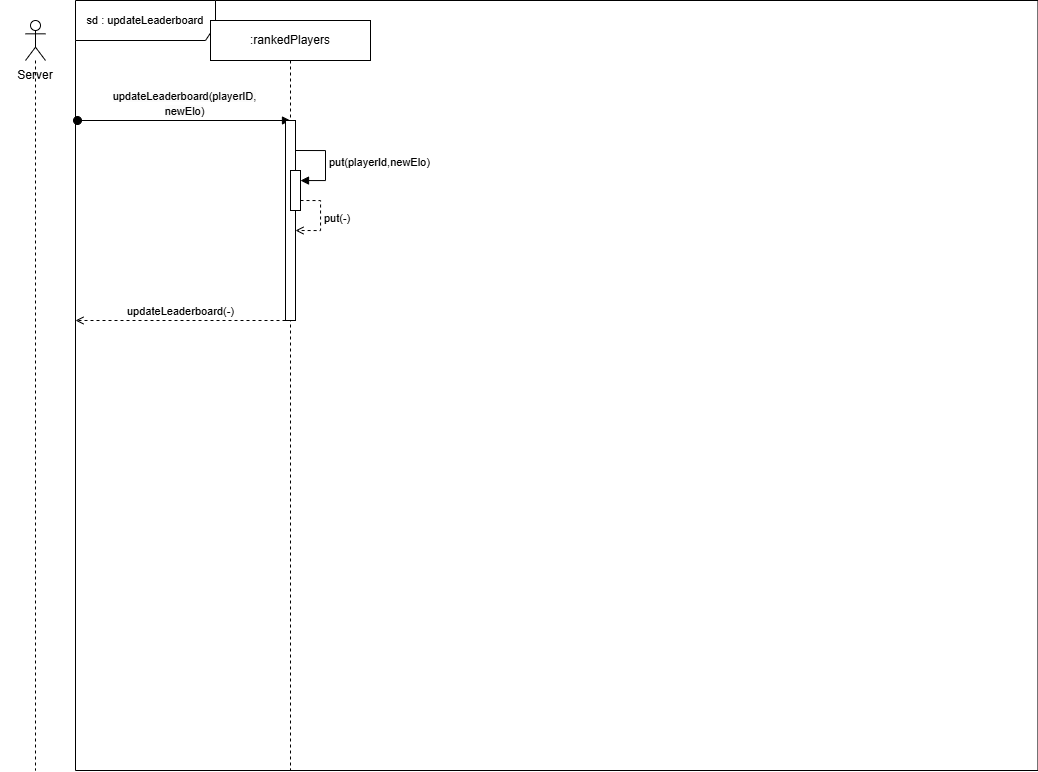
This is Sequence diagrams/Leaderboard.drawio.png from aeMyst/Minigame-Portal, a draw.io export, as it was before one commit. Source tidied: cells renumbered, new cells last; positions are measured from the earlier drawing's top-left corner, leaving out a move shared by most shapes.
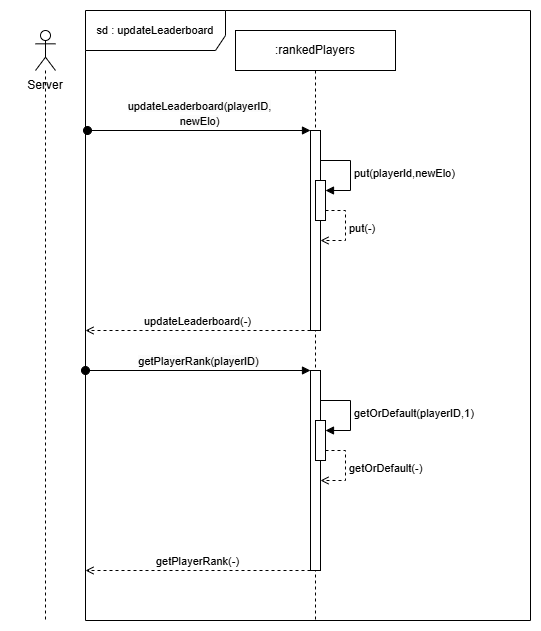
After the commit.

Commit message:
Finished up Leaderboard sequence diagram

Change to the diagram source:
```diff
@@ -3,19 +3,18 @@
     <mxCell id="0" />
     <mxCell id="1" parent="0" />
     <mxCell id="2" value="&lt;font style=&quot;font-size: 11px;&quot;&gt;sd : updateLeaderboard&lt;/font&gt;" style="shape=umlFrame;whiteSpace=wrap;html=1;width=140;height=40;" parent="1" vertex="1">
-      <mxGeometry x="75" width="962.5" height="770" as="geometry" />
+      <mxGeometry x="75" width="445" height="610" as="geometry" />
     </mxCell>
-    <mxCell id="3" value="&lt;span style=&quot;font-size: 11px; text-wrap-mode: wrap; background-color: rgb(251, 251, 251);&quot;&gt;updateLeaderboard(playerID, newElo)&lt;/span&gt;" style="html=1;verticalAlign=bottom;startArrow=oval;startFill=1;endArrow=block;startSize=8;curved=0;rounded=0;fontSize=12;" parent="1" edge="1">
+    <mxCell id="3" value="&lt;span style=&quot;font-size: 11px; text-wrap-mode: wrap; background-color: rgb(251, 251, 251);&quot;&gt;updateLeaderboard(playerID, newElo)&lt;/span&gt;" style="html=1;verticalAlign=bottom;startArrow=oval;startFill=1;endArrow=block;startSize=8;curved=0;rounded=0;fontSize=12;" parent="1" edge="1" target="6">
       <mxGeometry relative="1" as="geometry">
         <mxPoint x="77" y="120" as="sourcePoint" />
-        <mxPoint x="290" y="120" as="targetPoint" />
       </mxGeometry>
     </mxCell>
     <mxCell id="4" style="shape=umlLifeline;perimeter=lifelinePerimeter;whiteSpace=wrap;html=1;newEdgeStyle={&quot;curved&quot;:0,&quot;rounded&quot;:0};participant=umlActor;" parent="1" vertex="1">
-      <mxGeometry x="25" y="20" width="20" height="750" as="geometry" />
+      <mxGeometry x="25" y="20" width="20" height="590" as="geometry" />
     </mxCell>
     <mxCell id="5" value=":rankedPlayers" style="shape=umlLifeline;perimeter=lifelinePerimeter;whiteSpace=wrap;html=1;newEdgeStyle={&quot;curved&quot;:0,&quot;rounded&quot;:0};" parent="1" vertex="1">
-      <mxGeometry x="210" y="20" width="160" height="750" as="geometry" />
+      <mxGeometry x="225" y="20" width="160" height="590" as="geometry" />
     </mxCell>
     <mxCell id="6" style="html=1;points=[[0,0,0,0,5],[0,1,0,0,-5],[1,0,0,0,5],[1,1,0,0,-5]];perimeter=orthogonalPerimeter;outlineConnect=0;targetShapes=umlLifeline;portConstraint=eastwest;newEdgeStyle={&quot;curved&quot;:0,&quot;rounded&quot;:0};" parent="5" vertex="1">
       <mxGeometry x="75" y="100" width="10" height="200" as="geometry" />
@@ -31,23 +30,58 @@
     <mxCell id="8" style="html=1;points=[[0,0,0,0,5],[0,1,0,0,-5],[1,0,0,0,5],[1,1,0,0,-5]];perimeter=orthogonalPerimeter;outlineConnect=0;targetShapes=umlLifeline;portConstraint=eastwest;newEdgeStyle={&quot;curved&quot;:0,&quot;rounded&quot;:0};" parent="5" vertex="1">
       <mxGeometry x="80" y="150" width="10" height="40" as="geometry" />
     </mxCell>
+    <mxCell id="12" style="html=1;perimeter=orthogonalPerimeter;targetShapes=umlLifeline;newEdgeStyle={&quot;curved&quot;:0,&quot;rounded&quot;:0};" parent="5" vertex="1">
+      <mxGeometry x="75" y="340" width="10" height="200" as="geometry" />
+    </mxCell>
+    <mxCell id="13" style="html=1;perimeter=orthogonalPerimeter;targetShapes=umlLifeline;newEdgeStyle={&quot;curved&quot;:0,&quot;rounded&quot;:0};" parent="5" vertex="1">
+      <mxGeometry x="80" y="390" width="10" height="40" as="geometry" />
+    </mxCell>
     <mxCell id="9" value="Server" style="text;html=1;align=center;verticalAlign=middle;whiteSpace=wrap;rounded=0;" parent="1" vertex="1">
       <mxGeometry y="50" width="70" height="50" as="geometry" />
     </mxCell>
     <mxCell id="10" value="put(-)" style="html=1;align=left;spacingLeft=2;endArrow=open;rounded=0;edgeStyle=orthogonalEdgeStyle;curved=0;rounded=0;dashed=1;endFill=0;" parent="1" edge="1">
       <mxGeometry relative="1" as="geometry">
-        <mxPoint x="300" y="200" as="sourcePoint" />
-        <mxPoint x="295" y="230" as="targetPoint" />
+        <mxPoint x="315" y="200" as="sourcePoint" />
+        <mxPoint x="310" y="230" as="targetPoint" />
         <Array as="points">
-          <mxPoint x="320" y="230" />
+          <mxPoint x="335" y="230" />
         </Array>
       </mxGeometry>
     </mxCell>
-    <mxCell id="11" value="updateLeaderboard(-)" style="html=1;verticalAlign=bottom;endArrow=open;curved=0;rounded=0;exitX=0;exitY=1;exitDx=0;exitDy=-5;exitPerimeter=0;endFill=0;dashed=1;" parent="1" edge="1">
+    <mxCell id="11" value="updateLeaderboard(-)" style="html=1;verticalAlign=bottom;endArrow=open;curved=0;rounded=0;endFill=0;dashed=1;" parent="1" edge="1" source="6">
       <mxGeometry relative="1" as="geometry">
-        <mxPoint x="285" y="320" as="sourcePoint" />
         <mxPoint x="75" y="320" as="targetPoint" />
       </mxGeometry>
     </mxCell>
+    <mxCell id="14" value="&lt;span style=&quot;font-size: 11px; text-wrap-mode: wrap; background-color: rgb(251, 251, 251);&quot;&gt;getPlayerRank(playerID)&lt;/span&gt;" style="html=1;verticalAlign=bottom;startArrow=oval;startFill=1;endArrow=block;startSize=8;curved=0;rounded=0;fontSize=12;" parent="1" edge="1">
+      <mxGeometry relative="1" as="geometry">
+        <mxPoint x="75" y="360" as="sourcePoint" />
+        <mxPoint x="300" y="360" as="targetPoint" />
+      </mxGeometry>
+    </mxCell>
+    <mxCell id="15" value="getPlayerRank(-)" style="html=1;verticalAlign=bottom;endArrow=open;curved=0;rounded=0;endFill=0;dashed=1;" parent="1" edge="1">
+      <mxGeometry relative="1" as="geometry">
+        <mxPoint x="300" y="560" as="sourcePoint" />
+        <mxPoint x="75" y="560" as="targetPoint" />
+      </mxGeometry>
+    </mxCell>
+    <mxCell id="16" value="getOrDefault(playerID,1)" style="html=1;align=left;spacingLeft=2;endArrow=block;rounded=0;edgeStyle=orthogonalEdgeStyle;curved=0;rounded=0;" parent="1" edge="1">
+      <mxGeometry relative="1" as="geometry">
+        <mxPoint x="310" y="390" as="sourcePoint" />
+        <mxPoint x="315" y="420" as="targetPoint" />
+        <Array as="points">
+          <mxPoint x="340" y="420" />
+        </Array>
+      </mxGeometry>
+    </mxCell>
+    <mxCell id="17" value="getOrDefault(-)" style="html=1;align=left;spacingLeft=2;endArrow=open;rounded=0;edgeStyle=orthogonalEdgeStyle;curved=0;rounded=0;dashed=1;endFill=0;" parent="1" edge="1">
+      <mxGeometry relative="1" as="geometry">
+        <mxPoint x="315" y="440" as="sourcePoint" />
+        <mxPoint x="310" y="470" as="targetPoint" />
+        <Array as="points">
+          <mxPoint x="335" y="470" />
+        </Array>
+      </mxGeometry>
+    </mxCell>
   </root>
 </mxGraphModel>
```
